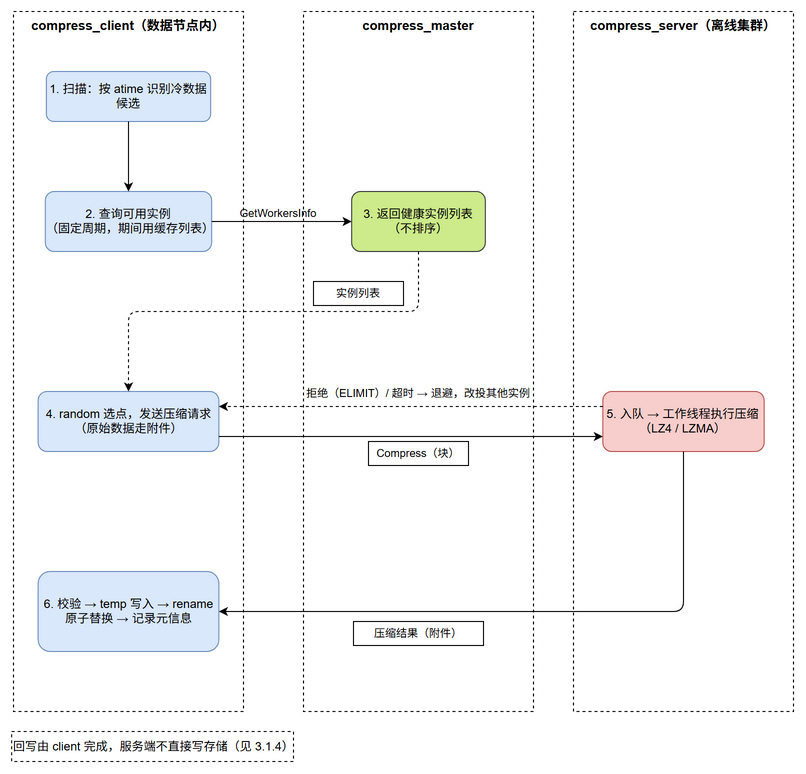
The draw.io diagram docs/diagrams/flow-compress.drawio.png in WitherLzero/distributed-compress-system, before a commit. Source tidied: cells renumbered, new cells last; positions are measured from the earlier drawing's top-left corner, leaving out a move shared by most shapes.
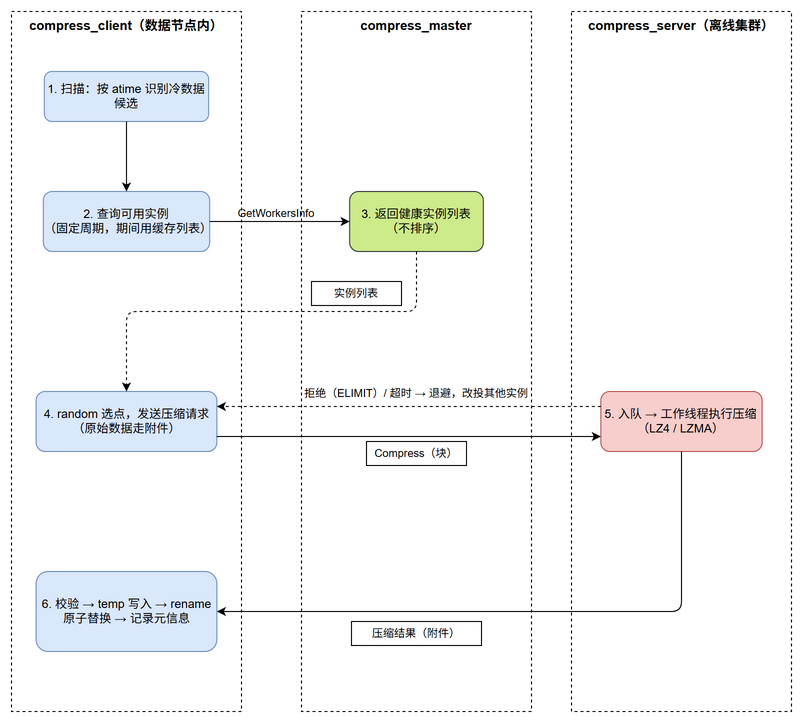
Later version of the same file.

Change to the diagram source:
```diff
@@ -41,9 +41,6 @@
     <mxCell id="14" value="5. 入队 → 工作线程执行压缩&lt;div&gt;（LZ4 / LZMA）&lt;/div&gt;" style="rounded=1;whiteSpace=wrap;html=1;fillColor=#f8cecc;strokeColor=#b85450;" parent="13" vertex="1">
       <mxGeometry x="29.3" y="380" width="161.3" height="60" as="geometry" />
     </mxCell>
-    <mxCell id="15" value="回写由 client 完成，服务端不直接写存储（见 3.1.4）" style="text;html=1;strokeColor=default;fillColor=none;align=left;verticalAlign=middle;whiteSpace=wrap;rounded=0;dashed=1;fontSize=12;" parent="1" vertex="1">
-      <mxGeometry x="0.1" y="720" width="281.9" height="30" as="geometry" />
-    </mxCell>
     <mxCell id="16" style="endArrow=classic;html=1;rounded=1;edgeStyle=orthogonalEdgeStyle;exitX=1;exitY=0.5;exitDx=0;exitDy=0;entryX=0;entryY=0.5;entryDx=0;entryDy=0;" parent="1" edge="1" source="4" target="9">
       <mxGeometry relative="1" as="geometry" />
     </mxCell>
```
